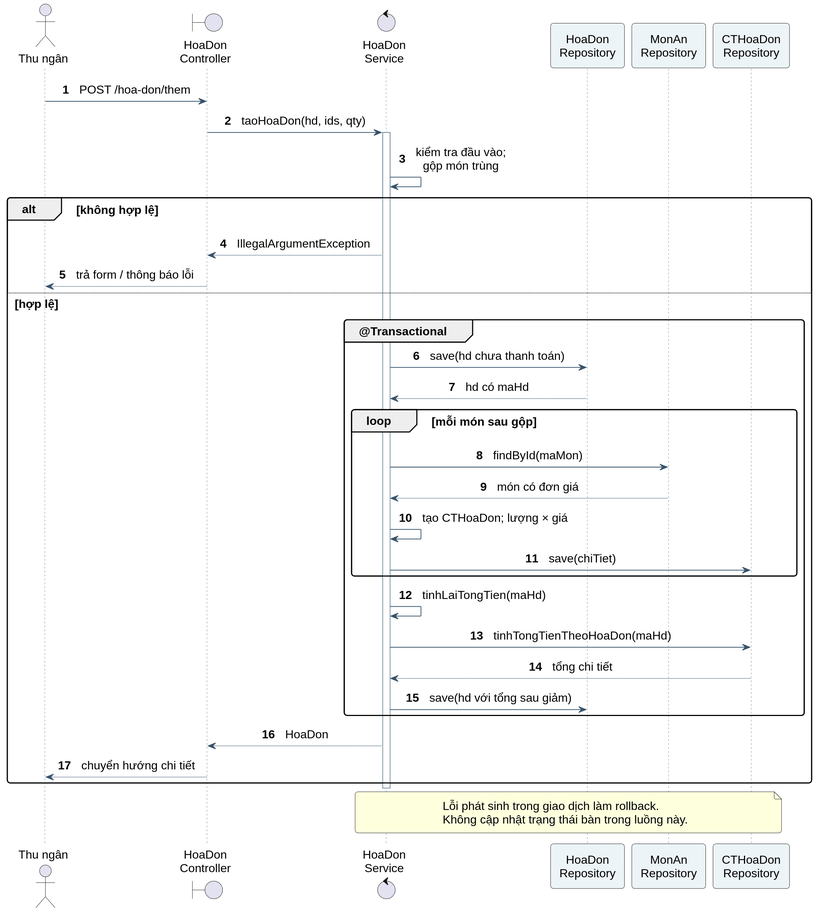
Before: BaoCao_PTTKHDoiTuong/so_do/06_sequence_lap_hoa_don.svg, a diagram exported from PlantUML (hoangbelike2004/QuanLyNHHS).
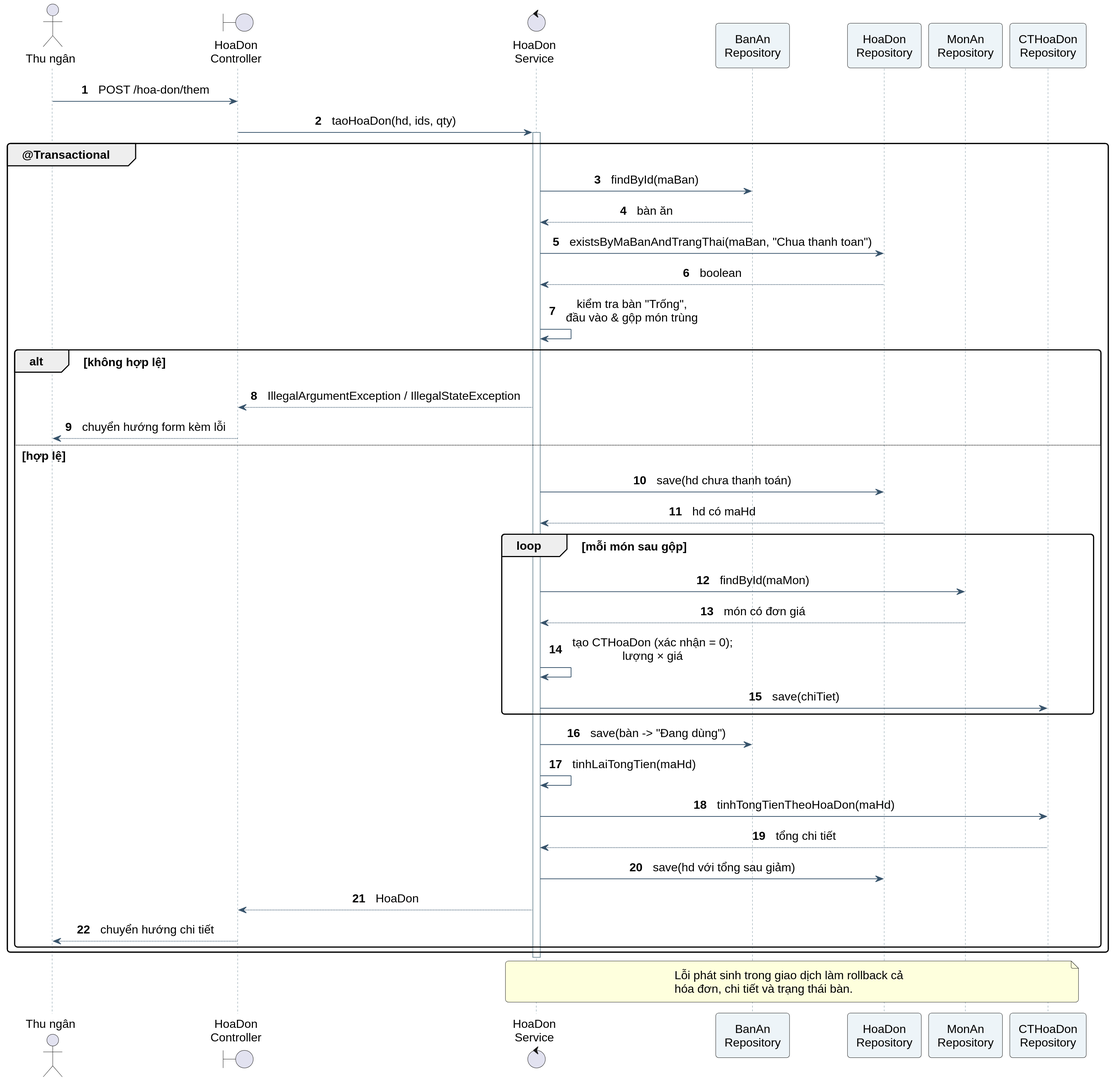
After the change.

The edit, as a diff of the source:
```diff
@@ -20,37 +20,43 @@
 actor "Thu ngân" as A
 boundary "HoaDon\nController" as C
 control "HoaDon\nService" as S
+participant "BanAn\nRepository" as B
 participant "HoaDon\nRepository" as H
 participant "MonAn\nRepository" as M
 participant "CTHoaDon\nRepository" as D
 A -> C : POST /hoa-don/them
 C -> S : taoHoaDon(hd, ids, qty)
 activate S
-S -> S : kiểm tra đầu vào;\ngộp món trùng
-alt không hợp lệ
- S --> C : IllegalArgumentException
- C --> A : trả form / thông báo lỗi
-else hợp lệ
- group @Transactional
- S -> H : save(hd chưa thanh toán)
- H --> S : hd có maHd
- loop mỗi món sau gộp
-  S -> M : findById(maMon)
-  M --> S : món có đơn giá
-  S -> S : tạo CTHoaDon; lượng × giá
-  S -> D : save(chiTiet)
+group @Transactional
+ S -> B : findById(maBan)
+ B --> S : bàn ăn
+ S -> H : existsByMaBanAndTrangThai(maBan, "Chua thanh toan")
+ H --> S : boolean
+ S -> S : kiểm tra bàn "Trống",\nđầu vào & gộp món trùng
+ alt không hợp lệ
+  S --> C : IllegalArgumentException / IllegalStateException
+  C --> A : chuyển hướng form kèm lỗi
+ else hợp lệ
+  S -> H : save(hd chưa thanh toán)
+  H --> S : hd có maHd
+  loop mỗi món sau gộp
+   S -> M : findById(maMon)
+   M --> S : món có đơn giá
+   S -> S : tạo CTHoaDon (xác nhận = 0);\nlượng × giá
+   S -> D : save(chiTiet)
+  end
+  S -> B : save(bàn -> "Đang dùng")
+  S -> S : tinhLaiTongTien(maHd)
+  S -> D : tinhTongTienTheoHoaDon(maHd)
+  D --> S : tổng chi tiết
+  S -> H : save(hd với tổng sau giảm)
+  S --> C : HoaDon
+  C --> A : chuyển hướng chi tiết
  end
- S -> S : tinhLaiTongTien(maHd)
- S -> D : tinhTongTienTheoHoaDon(maHd)
- D --> S : tổng chi tiết
- S -> H : save(hd với tổng sau giảm)
- end
- S --> C : HoaDon
- C --> A : chuyển hướng chi tiết
 end
 deactivate S
 note over S,D
-Lỗi phát sinh trong giao dịch làm rollback.
-Không cập nhật trạng thái bàn trong luồng này.
+Lỗi phát sinh trong giao dịch làm rollback cả
+hóa đơn, chi tiết và trạng thái bàn.
 end note
 @enduml
```
